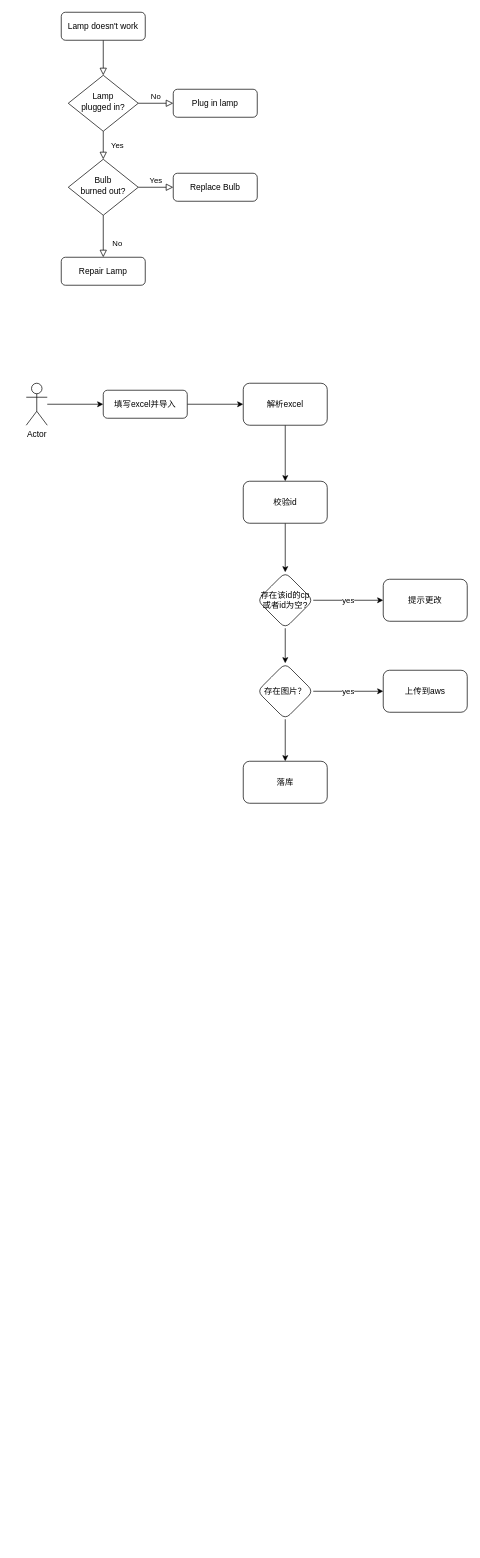
zqhait/drawio keeps this draw.io diagram as 流程图/cp导入.drawio. Above is the earlier version. Source tidied: cells renumbered, new cells numbered last; positions are measured from the earlier drawing's top-left corner, leaving out a move shared by most shapes. Both pictures are drawn from the tidied source at 70%, with x=0, y=0 at pixel (26, 12).
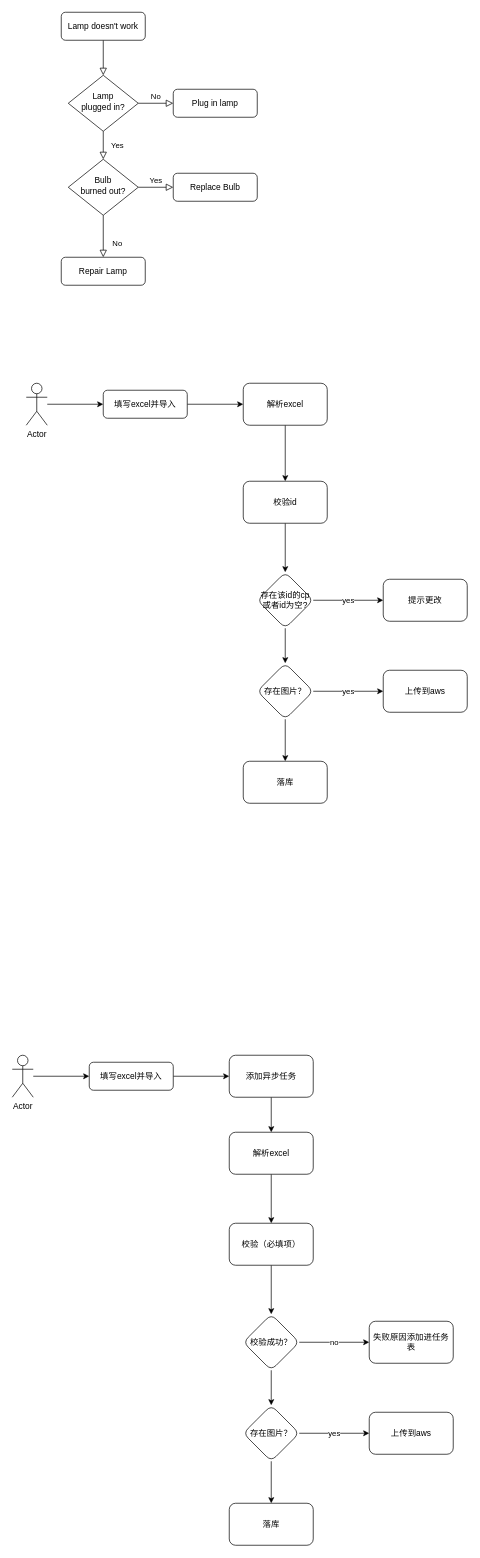
Above is the later version.

The edit, as a diff of the source:
```diff
@@
+    <mxCell id="30" style="edgeStyle=orthogonalEdgeStyle;rounded=0;jettySize=auto;html=1;" parent="1" edge="1" source="31" target="33">
+      <mxGeometry relative="1" as="geometry" />
+    </mxCell>
+    <mxCell id="31" value="Actor" style="shape=umlActor;verticalLabelPosition=bottom;verticalAlign=top;html=1;outlineConnect=0;" parent="1" vertex="1">
+      <mxGeometry x="-20" y="1490" width="30" height="60" as="geometry" />
+    </mxCell>
+    <mxCell id="32" style="edgeStyle=orthogonalEdgeStyle;rounded=0;jettySize=auto;html=1;" parent="1" edge="1" source="33" target="35">
+      <mxGeometry relative="1" as="geometry" />
+    </mxCell>
+    <mxCell id="33" value="填写excel并导入" style="rounded=1;whiteSpace=wrap;html=1;fontSize=12;glass=0;strokeWidth=1;shadow=0;" parent="1" vertex="1">
+      <mxGeometry x="90" y="1500" width="120" height="40" as="geometry" />
+    </mxCell>
+    <mxCell id="34" style="edgeStyle=orthogonalEdgeStyle;rounded=0;jettySize=auto;html=1;" parent="1" edge="1" source="35" target="48">
+      <mxGeometry relative="1" as="geometry" />
+    </mxCell>
+    <mxCell id="35" value="添加异步任务" style="whiteSpace=wrap;html=1;rounded=1;glass=0;strokeWidth=1;shadow=0;" parent="1" vertex="1">
+      <mxGeometry x="290" y="1490" width="120" height="60" as="geometry" />
+    </mxCell>
+    <mxCell id="36" style="edgeStyle=orthogonalEdgeStyle;rounded=0;jettySize=auto;html=1;" parent="1" edge="1" source="37" target="40">
+      <mxGeometry relative="1" as="geometry" />
+    </mxCell>
+    <mxCell id="37" value="校验（必填项）" style="whiteSpace=wrap;html=1;rounded=1;glass=0;strokeWidth=1;shadow=0;" parent="1" vertex="1">
+      <mxGeometry x="290" y="1730" width="120" height="60" as="geometry" />
+    </mxCell>
+    <mxCell id="38" style="edgeStyle=orthogonalEdgeStyle;rounded=0;jettySize=auto;html=1;entryX=0.5;entryY=0;entryDx=0;entryDy=0;" parent="1" edge="1" source="40" target="44">
+      <mxGeometry relative="1" as="geometry" />
+    </mxCell>
+    <mxCell id="39" value="no" style="edgeStyle=orthogonalEdgeStyle;rounded=0;jettySize=auto;html=1;" parent="1" edge="1" source="40" target="41">
+      <mxGeometry relative="1" as="geometry" />
+    </mxCell>
+    <mxCell id="40" value="校验成功？" style="rhombus;whiteSpace=wrap;html=1;rounded=1;glass=0;strokeWidth=1;shadow=0;" parent="1" vertex="1">
+      <mxGeometry x="310" y="1860" width="80" height="80" as="geometry" />
+    </mxCell>
+    <mxCell id="41" value="失败原因添加进任务表" style="whiteSpace=wrap;html=1;rounded=1;glass=0;strokeWidth=1;shadow=0;" parent="1" vertex="1">
+      <mxGeometry x="490" y="1870" width="120" height="60" as="geometry" />
+    </mxCell>
+    <mxCell id="42" value="yes" style="edgeStyle=orthogonalEdgeStyle;rounded=0;jettySize=auto;html=1;" parent="1" edge="1" source="44" target="45">
+      <mxGeometry relative="1" as="geometry" />
+    </mxCell>
+    <mxCell id="43" style="edgeStyle=orthogonalEdgeStyle;rounded=0;jettySize=auto;html=1;" parent="1" edge="1" source="44" target="46">
+      <mxGeometry relative="1" as="geometry" />
+    </mxCell>
+    <mxCell id="44" value="存在图片？" style="rhombus;whiteSpace=wrap;html=1;rounded=1;glass=0;strokeWidth=1;shadow=0;" parent="1" vertex="1">
+      <mxGeometry x="310" y="1990" width="80" height="80" as="geometry" />
+    </mxCell>
+    <mxCell id="45" value="上传到aws" style="whiteSpace=wrap;html=1;rounded=1;glass=0;strokeWidth=1;shadow=0;" parent="1" vertex="1">
+      <mxGeometry x="490" y="2000" width="120" height="60" as="geometry" />
+    </mxCell>
+    <mxCell id="46" value="落库" style="whiteSpace=wrap;html=1;rounded=1;glass=0;strokeWidth=1;shadow=0;" parent="1" vertex="1">
+      <mxGeometry x="290" y="2130" width="120" height="60" as="geometry" />
+    </mxCell>
+    <mxCell id="47" style="edgeStyle=orthogonalEdgeStyle;rounded=0;jettySize=auto;html=1;" parent="1" edge="1" source="48" target="37">
+      <mxGeometry relative="1" as="geometry" />
+    </mxCell>
+    <mxCell id="48" value="解析excel" style="whiteSpace=wrap;html=1;rounded=1;glass=0;strokeWidth=1;shadow=0;" parent="1" vertex="1">
+      <mxGeometry x="290" y="1600" width="120" height="60" as="geometry" />
+    </mxCell>
```
